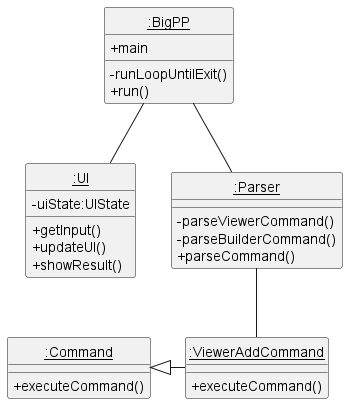
This is docs/uml-pictures/ViewerObjectDiagram.png from typingpanda/tp, a PlantUML export, as it was before one commit.
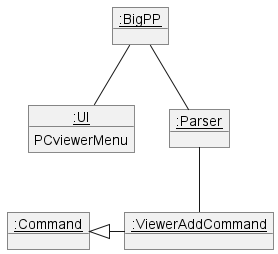
After the change.

Commit message:
Fix Object diagram

Diff of the diagram source:
```diff
@@ -1,51 +1,17 @@
 @startuml
 skinparam classAttributeIconSize 0
 
-class "<u>:BigPP</u>" as BigPP
-class "<u>:UI</u>" as UI
-class "<u>:Parser</u>" as Parser
-class "<u>:Command</u>" as Command
-class "<u>:ViewerAddCommand</u>" as ViewerAddCommand
+object "<u>:BigPP</u>" as BigPP
+object "<u>:UI</u>" as UI
+object "<u>:Parser</u>" as Parser
+object "<u>:Command</u>" as Command
+object "<u>:ViewerAddCommand</u>" as ViewerAddCommand
 
-class BigPP {
-    +main
-
-    -runLoopUntilExit()
-    +run()
-}
-
-class UI {
-    -uiState:UIState
-
-    +getInput()
-    +updateUI()
-    +showResult()
-}
-
-class Parser {
-
-    -parseViewerCommand()
-    -parseBuilderCommand()
-    +parseCommand()
-}
-
-class Command {
-
-    +executeCommand()
-}
-
-
-
-class ViewerAddCommand {
-
-    +executeCommand()
-}
+UI : PCviewerMenu
 
 BigPP -- UI
 BigPP -- Parser
 Parser -- ViewerAddCommand
 Command <|-right- ViewerAddCommand
 
-hide circle
-
 @enduml
```
